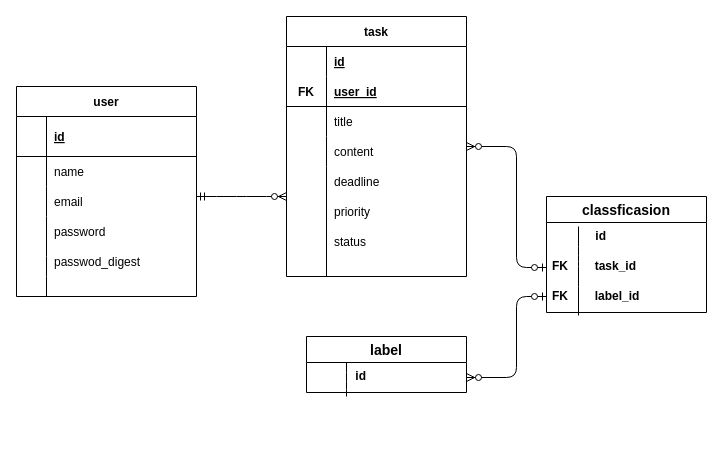
The draw.io diagram docs/er.drawio in chihiro-kakizaki/task_app, before the edit. Source tidied: cells renumbered, new cells numbered last; positions are measured from the earlier drawing's top-left corner, leaving out a move shared by most shapes. Both pictures are drawn from the tidied source at 100%, with x=0, y=0 at pixel (16, 16).
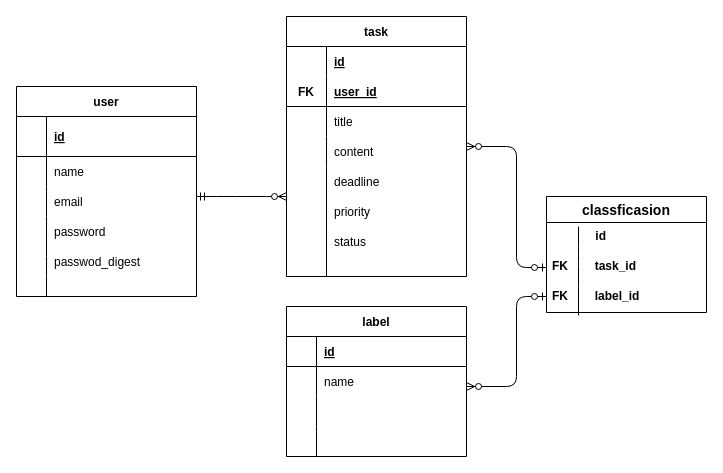
Above is the later version.

Diff of the diagram source:
```diff
@@
-    <mxCell id="34" value="label" style="swimlane;fontStyle=1;horizontal=1;startSize=26;align=center;fontSize=14;" parent="1" vertex="1">
-      <mxGeometry x="290" y="320" width="160" height="56" as="geometry" />
-    </mxCell>
-    <mxCell id="35" style="endArrow=none;html=1;exitX=0.25;exitY=1.133;exitDx=0;exitDy=0;exitPerimeter=0;" parent="34" edge="1" source="36">
-      <mxGeometry relative="1" as="geometry">
-        <mxPoint x="40" y="26" as="targetPoint" />
-        <Array as="points">
-          <mxPoint x="40" y="46" />
-        </Array>
-      </mxGeometry>
-    </mxCell>
-    <mxCell id="36" value="             id" style="text;strokeColor=none;fillColor=none;spacingLeft=4;spacingRight=4;overflow=hidden;points=[[0,0.5],[1,0.5]];portConstraint=eastwest;fontSize=12;fontStyle=1;" parent="34" vertex="1">
-      <mxGeometry y="26" width="160" height="30" as="geometry" />
-    </mxCell>
@@
-    <mxCell id="44" style="edgeStyle=orthogonalEdgeStyle;fontSize=12;html=1;endArrow=ERzeroToMany;startArrow=ERzeroToOne;exitX=0;exitY=0.5;exitDx=0;exitDy=0;entryX=1;entryY=0.5;entryDx=0;entryDy=0;" parent="1" edge="1" target="36">
+    <mxCell id="44" style="edgeStyle=orthogonalEdgeStyle;fontSize=12;html=1;endArrow=ERzeroToMany;startArrow=ERzeroToOne;exitX=0;exitY=0.5;exitDx=0;exitDy=0;" parent="1" edge="1">
       <mxGeometry relative="1" as="geometry">
         <mxPoint x="530" y="280" as="sourcePoint" />
+        <mxPoint x="450" y="370" as="targetPoint" />
         <Array as="points">
           <mxPoint x="500" y="280" />
-          <mxPoint x="500" y="361" />
+          <mxPoint x="500" y="370" />
         </Array>
       </mxGeometry>
     </mxCell>
+    <mxCell id="34" value="label" style="shape=table;startSize=30;childLayout=tableLayout;rowLines=0;fontStyle=1;align=center;" parent="1" vertex="1">
+      <mxGeometry x="270" y="290" width="180" height="150" as="geometry" />
+    </mxCell>
+    <mxCell id="45" style="shape=partialRectangle;fillColor=none;top=0;left=0;bottom=1;right=0;" parent="34" vertex="1">
+      <mxGeometry y="30" width="180" height="30" as="geometry" />
+    </mxCell>
+    <mxCell id="46" style="shape=partialRectangle;fillColor=none;top=0;left=0;bottom=0;right=0;fontStyle=1;overflow=hidden;" parent="45" vertex="1">
+      <mxGeometry width="30" height="30" as="geometry" />
+    </mxCell>
+    <mxCell id="36" value="id" style="shape=partialRectangle;fillColor=none;top=0;left=0;bottom=0;right=0;align=left;spacingLeft=6;fontStyle=5;overflow=hidden;" parent="45" vertex="1">
+      <mxGeometry x="30" width="150" height="30" as="geometry" />
+    </mxCell>
+    <mxCell id="47" style="shape=partialRectangle;fillColor=none;top=0;left=0;bottom=0;right=0;" parent="34" vertex="1">
+      <mxGeometry y="60" width="180" height="30" as="geometry" />
+    </mxCell>
+    <mxCell id="48" style="shape=partialRectangle;fillColor=none;top=0;left=0;bottom=0;right=0;overflow=hidden;" parent="47" vertex="1">
+      <mxGeometry width="30" height="30" as="geometry" />
+    </mxCell>
+    <mxCell id="49" value="name" style="shape=partialRectangle;fillColor=none;top=0;left=0;bottom=0;right=0;align=left;spacingLeft=6;overflow=hidden;" parent="47" vertex="1">
+      <mxGeometry x="30" width="150" height="30" as="geometry" />
+    </mxCell>
+    <mxCell id="50" style="shape=partialRectangle;fillColor=none;top=0;left=0;bottom=0;right=0;" parent="34" vertex="1">
+      <mxGeometry y="90" width="180" height="30" as="geometry" />
+    </mxCell>
+    <mxCell id="51" style="shape=partialRectangle;fillColor=none;top=0;left=0;bottom=0;right=0;overflow=hidden;" parent="50" vertex="1">
+      <mxGeometry width="30" height="30" as="geometry" />
+    </mxCell>
+    <mxCell id="52" style="shape=partialRectangle;fillColor=none;top=0;left=0;bottom=0;right=0;align=left;spacingLeft=6;overflow=hidden;" parent="50" vertex="1">
+      <mxGeometry x="30" width="150" height="30" as="geometry" />
+    </mxCell>
+    <mxCell id="53" style="shape=partialRectangle;fillColor=none;top=0;left=0;bottom=0;right=0;" parent="34" vertex="1">
+      <mxGeometry y="120" width="180" height="30" as="geometry" />
+    </mxCell>
+    <mxCell id="54" style="shape=partialRectangle;fillColor=none;top=0;left=0;bottom=0;right=0;overflow=hidden;" parent="53" vertex="1">
+      <mxGeometry width="30" height="30" as="geometry" />
+    </mxCell>
+    <mxCell id="55" style="shape=partialRectangle;fillColor=none;top=0;left=0;bottom=0;right=0;align=left;spacingLeft=6;overflow=hidden;" parent="53" vertex="1">
+      <mxGeometry x="30" width="150" height="30" as="geometry" />
+    </mxCell>
```
